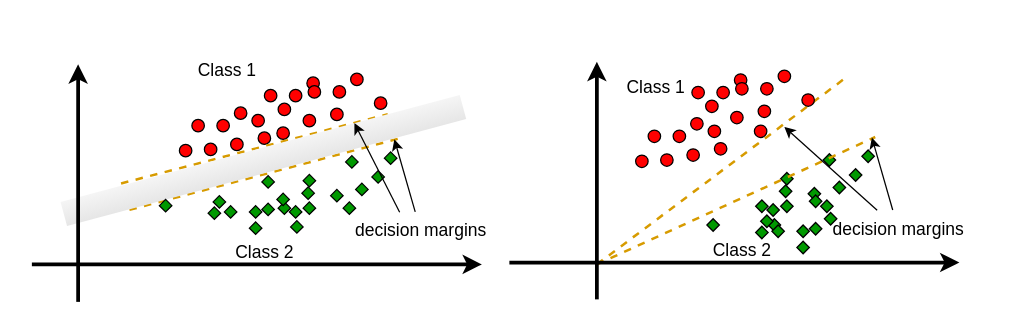
The draw.io diagram Margin.drawio in huyle84/diagrams, before the edit. Source tidied: cells renumbered, new cells numbered last; positions are measured from the earlier drawing's top-left corner, leaving out a move shared by most shapes. Both pictures are drawn from the tidied source at 125%, with x=0, y=0 at pixel (31, 51).
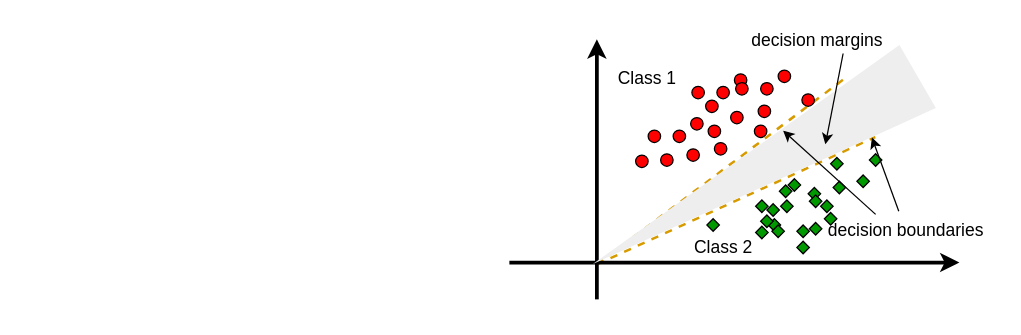
Above is the later version.

Change to the diagram source:
```diff
@@
-    <mxCell id="2" style="ellipse;whiteSpace=wrap;html=1;strokeColor=#000000;fillColor=#FF0000;" parent="1" vertex="1">
-      <mxGeometry x="186" y="30" width="10" height="10" as="geometry" />
-    </mxCell>
-    <mxCell id="3" style="ellipse;whiteSpace=wrap;html=1;strokeColor=#000000;fillColor=#FF0000;" parent="1" vertex="1">
-      <mxGeometry x="206" y="30" width="10" height="10" as="geometry" />
-    </mxCell>
-    <mxCell id="4" style="ellipse;whiteSpace=wrap;html=1;strokeColor=#000000;fillColor=#FF0000;" parent="1" vertex="1">
-      <mxGeometry x="220" y="20" width="10" height="10" as="geometry" />
-    </mxCell>
-    <mxCell id="5" style="ellipse;whiteSpace=wrap;html=1;strokeColor=#000000;fillColor=#FF0000;" parent="1" vertex="1">
-      <mxGeometry x="176" y="50" width="10" height="10" as="geometry" />
-    </mxCell>
-    <mxCell id="6" style="ellipse;whiteSpace=wrap;html=1;strokeColor=#000000;fillColor=#FF0000;" parent="1" vertex="1">
-      <mxGeometry x="239" y="45" width="10" height="10" as="geometry" />
-    </mxCell>
-    <mxCell id="7" style="ellipse;whiteSpace=wrap;html=1;strokeColor=#000000;fillColor=#FF0000;" parent="1" vertex="1">
-      <mxGeometry x="217" y="50" width="10" height="10" as="geometry" />
-    </mxCell>
-    <mxCell id="8" style="ellipse;whiteSpace=wrap;html=1;strokeColor=#000000;fillColor=#FF0000;" parent="1" vertex="1">
-      <mxGeometry x="196" y="60" width="10" height="10" as="geometry" />
-    </mxCell>
-    <mxCell id="9" style="rhombus;whiteSpace=wrap;html=1;fillColor=#009900;" parent="1" vertex="1">
-      <mxGeometry x="239" y="110" width="10" height="10" as="geometry" />
-    </mxCell>
-    <mxCell id="10" style="rhombus;whiteSpace=wrap;html=1;fillColor=#009900;" parent="1" vertex="1">
-      <mxGeometry x="249" y="120" width="10" height="10" as="geometry" />
-    </mxCell>
-    <mxCell id="11" style="rhombus;whiteSpace=wrap;html=1;fillColor=#009900;" parent="1" vertex="1">
-      <mxGeometry x="259" y="105" width="10" height="10" as="geometry" />
-    </mxCell>
-    <mxCell id="12" style="rhombus;whiteSpace=wrap;html=1;fillColor=#009900;" parent="1" vertex="1">
-      <mxGeometry x="251" y="83" width="10" height="10" as="geometry" />
-    </mxCell>
-    <mxCell id="13" style="ellipse;whiteSpace=wrap;html=1;strokeColor=#000000;fillColor=#FF0000;" parent="1" vertex="1">
-      <mxGeometry x="128" y="54" width="10" height="10" as="geometry" />
-    </mxCell>
-    <mxCell id="14" style="ellipse;whiteSpace=wrap;html=1;strokeColor=#000000;fillColor=#FF0000;" parent="1" vertex="1">
-      <mxGeometry x="148" y="54" width="10" height="10" as="geometry" />
-    </mxCell>
-    <mxCell id="15" style="ellipse;whiteSpace=wrap;html=1;strokeColor=#000000;fillColor=#FF0000;" parent="1" vertex="1">
-      <mxGeometry x="162" y="44" width="10" height="10" as="geometry" />
-    </mxCell>
-    <mxCell id="16" style="ellipse;whiteSpace=wrap;html=1;strokeColor=#000000;fillColor=#FF0000;" parent="1" vertex="1">
-      <mxGeometry x="118" y="74" width="10" height="10" as="geometry" />
-    </mxCell>
-    <mxCell id="17" style="ellipse;whiteSpace=wrap;html=1;strokeColor=#000000;fillColor=#FF0000;" parent="1" vertex="1">
-      <mxGeometry x="181" y="64" width="10" height="10" as="geometry" />
-    </mxCell>
-    <mxCell id="18" style="ellipse;whiteSpace=wrap;html=1;strokeColor=#000000;fillColor=#FF0000;" parent="1" vertex="1">
-      <mxGeometry x="159" y="69" width="10" height="10" as="geometry" />
-    </mxCell>
-    <mxCell id="19" style="ellipse;whiteSpace=wrap;html=1;strokeColor=#000000;fillColor=#FF0000;" parent="1" vertex="1">
-      <mxGeometry x="138" y="73" width="10" height="10" as="geometry" />
-    </mxCell>
-    <mxCell id="20" style="rhombus;whiteSpace=wrap;html=1;fillColor=#009900;" parent="1" vertex="1">
-      <mxGeometry x="197" y="120" width="10" height="10" as="geometry" />
-    </mxCell>
-    <mxCell id="21" style="rhombus;whiteSpace=wrap;html=1;fillColor=#009900;" parent="1" vertex="1">
-      <mxGeometry x="207" y="135" width="10" height="10" as="geometry" />
-    </mxCell>
-    <mxCell id="22" style="rhombus;whiteSpace=wrap;html=1;fillColor=#009900;" parent="1" vertex="1">
-      <mxGeometry x="217" y="120" width="10" height="10" as="geometry" />
-    </mxCell>
-    <mxCell id="23" style="rhombus;whiteSpace=wrap;html=1;fillColor=#009900;" parent="1" vertex="1">
-      <mxGeometry x="217" y="98" width="10" height="10" as="geometry" />
-    </mxCell>
-    <mxCell id="24" style="rhombus;whiteSpace=wrap;html=1;fillColor=#009900;" parent="1" vertex="1">
-      <mxGeometry x="145" y="115" width="10" height="10" as="geometry" />
-    </mxCell>
-    <mxCell id="25" style="rhombus;whiteSpace=wrap;html=1;fillColor=#009900;" parent="1" vertex="1">
-      <mxGeometry x="174" y="136" width="10" height="10" as="geometry" />
-    </mxCell>
-    <mxCell id="26" style="rhombus;whiteSpace=wrap;html=1;fillColor=#009900;" parent="1" vertex="1">
-      <mxGeometry x="184" y="121" width="10" height="10" as="geometry" />
-    </mxCell>
-    <mxCell id="27" style="rhombus;whiteSpace=wrap;html=1;fillColor=#009900;" parent="1" vertex="1">
-      <mxGeometry x="184" y="99" width="10" height="10" as="geometry" />
-    </mxCell>
-    <mxCell id="28" style="endArrow=none;dashed=1;html=1;rounded=0;strokeWidth=2;exitX=0.153;exitY=-0.087;exitDx=0;exitDy=0;entryX=1;entryY=0;entryDx=0;entryDy=0;exitPerimeter=0;fillColor=#ffcd28;gradientColor=#ffa500;strokeColor=#d79b00;" parent="1" edge="1" source="30">
-      <mxGeometry relative="1" as="geometry">
-        <mxPoint x="284.7" y="49.9" as="targetPoint" />
-      </mxGeometry>
-    </mxCell>
-    <mxCell id="29" style="endArrow=none;dashed=1;html=1;rounded=0;strokeWidth=2;exitX=0.156;exitY=1.022;exitDx=0;exitDy=0;exitPerimeter=0;entryX=1.011;entryY=1.108;entryDx=0;entryDy=0;entryPerimeter=0;fillColor=#ffcd28;gradientColor=#ffa500;strokeColor=#d79b00;" parent="1" edge="1" source="30">
-      <mxGeometry relative="1" as="geometry">
-        <mxPoint x="292.7" y="69.6" as="targetPoint" />
-      </mxGeometry>
-    </mxCell>
-    <mxCell id="30" style="rounded=0;whiteSpace=wrap;html=1;fillColor=#f5f5f5;gradientColor=#E6E6E6;strokeColor=none;rotation=-15;" parent="1" vertex="1">
-      <mxGeometry x="19.9" y="76.9" width="330.6" height="20" as="geometry" />
-    </mxCell>
-    <mxCell id="31" style="rhombus;whiteSpace=wrap;html=1;fillColor=#009900;" parent="1" vertex="1">
-      <mxGeometry x="272" y="95" width="10" height="10" as="geometry" />
-    </mxCell>
-    <mxCell id="32" style="rhombus;whiteSpace=wrap;html=1;fillColor=#009900;" parent="1" vertex="1">
-      <mxGeometry x="282" y="80" width="10" height="10" as="geometry" />
-    </mxCell>
-    <mxCell id="33" style="endArrow=classic;html=1;rounded=0;strokeWidth=3;" parent="1" edge="1">
-      <mxGeometry relative="1" as="geometry">
-        <mxPoint x="37" y="200" as="sourcePoint" />
-        <mxPoint x="37" y="10" as="targetPoint" />
-      </mxGeometry>
-    </mxCell>
-    <mxCell id="34" style="endArrow=classic;html=1;rounded=0;strokeWidth=3;" parent="1" edge="1">
-      <mxGeometry relative="1" as="geometry">
-        <mxPoint y="170" as="sourcePoint" />
-        <mxPoint x="360" y="170" as="targetPoint" />
-      </mxGeometry>
-    </mxCell>
-    <mxCell id="35" value="&lt;font style=&quot;font-size: 14px;&quot;&gt;Class 1&lt;/font&gt;" style="text;html=1;align=center;verticalAlign=middle;strokeColor=none;fillColor=none;" parent="1" vertex="1">
-      <mxGeometry x="121" width="70" height="30" as="geometry" />
-    </mxCell>
-    <mxCell id="36" value="&lt;font style=&quot;font-size: 14px;&quot;&gt;Class 2&lt;/font&gt;" style="text;html=1;align=center;verticalAlign=middle;strokeColor=none;fillColor=none;" parent="1" vertex="1">
-      <mxGeometry x="151" y="145" width="70" height="30" as="geometry" />
-    </mxCell>
-    <mxCell id="37" style="ellipse;whiteSpace=wrap;html=1;strokeColor=#000000;fillColor=#FF0000;" parent="1" vertex="1">
-      <mxGeometry x="221" y="27" width="10" height="10" as="geometry" />
-    </mxCell>
-    <mxCell id="38" style="ellipse;whiteSpace=wrap;html=1;strokeColor=#000000;fillColor=#FF0000;" parent="1" vertex="1">
-      <mxGeometry x="241" y="27" width="10" height="10" as="geometry" />
-    </mxCell>
-    <mxCell id="39" style="ellipse;whiteSpace=wrap;html=1;strokeColor=#000000;fillColor=#FF0000;" parent="1" vertex="1">
-      <mxGeometry x="255" y="17" width="10" height="10" as="geometry" />
-    </mxCell>
-    <mxCell id="40" style="ellipse;whiteSpace=wrap;html=1;strokeColor=#000000;fillColor=#FF0000;" parent="1" vertex="1">
-      <mxGeometry x="274" y="36" width="10" height="10" as="geometry" />
-    </mxCell>
-    <mxCell id="41" style="ellipse;whiteSpace=wrap;html=1;strokeColor=#000000;fillColor=#FF0000;" parent="1" vertex="1">
-      <mxGeometry x="197" y="41" width="10" height="10" as="geometry" />
-    </mxCell>
-    <mxCell id="42" style="rhombus;whiteSpace=wrap;html=1;fillColor=#009900;" parent="1" vertex="1">
-      <mxGeometry x="196" y="113" width="10" height="10" as="geometry" />
-    </mxCell>
-    <mxCell id="43" style="rhombus;whiteSpace=wrap;html=1;fillColor=#009900;" parent="1" vertex="1">
-      <mxGeometry x="206" y="123" width="10" height="10" as="geometry" />
-    </mxCell>
-    <mxCell id="44" style="rhombus;whiteSpace=wrap;html=1;fillColor=#009900;" parent="1" vertex="1">
-      <mxGeometry x="216" y="108" width="10" height="10" as="geometry" />
-    </mxCell>
-    <mxCell id="45" style="rhombus;whiteSpace=wrap;html=1;fillColor=#009900;" parent="1" vertex="1">
-      <mxGeometry x="154" y="123" width="10" height="10" as="geometry" />
-    </mxCell>
-    <mxCell id="46" style="rhombus;whiteSpace=wrap;html=1;fillColor=#009900;" parent="1" vertex="1">
-      <mxGeometry x="174" y="123" width="10" height="10" as="geometry" />
-    </mxCell>
-    <mxCell id="47" style="rhombus;whiteSpace=wrap;html=1;fillColor=#009900;" parent="1" vertex="1">
-      <mxGeometry x="102" y="118" width="10" height="10" as="geometry" />
-    </mxCell>
-    <mxCell id="48" style="rhombus;whiteSpace=wrap;html=1;fillColor=#009900;" parent="1" vertex="1">
-      <mxGeometry x="141" y="124" width="10" height="10" as="geometry" />
-    </mxCell>
-    <mxCell id="49" value="&lt;font style=&quot;font-size: 14px;&quot;&gt;decision margins&lt;/font&gt;" style="text;html=1;align=center;verticalAlign=middle;points=[];strokeColor=none;fillColor=none;" parent="1" vertex="1">
-      <mxGeometry x="246" y="128" width="130" height="30" as="geometry" />
-    </mxCell>
-    <mxCell id="50" style="endArrow=classic;html=1;rounded=0;exitX=0.371;exitY=0.009;exitDx=0;exitDy=0;exitPerimeter=0;" parent="1" edge="1" source="49">
-      <mxGeometry relative="1" as="geometry">
-        <mxPoint x="258" y="57" as="targetPoint" />
-      </mxGeometry>
-    </mxCell>
-    <mxCell id="51" style="endArrow=classic;html=1;rounded=0;" parent="1" edge="1" source="49">
-      <mxGeometry relative="1" as="geometry">
-        <mxPoint x="290" y="70" as="targetPoint" />
-      </mxGeometry>
-    </mxCell>
@@
     <mxCell id="62" style="rhombus;whiteSpace=wrap;html=1;fillColor=#009900;" parent="1" vertex="1">
-      <mxGeometry x="633" y="81.5" width="10" height="10" as="geometry" />
+      <mxGeometry x="639" y="84.5" width="10" height="10" as="geometry" />
     </mxCell>
@@
     <mxCell id="73" style="rhombus;whiteSpace=wrap;html=1;fillColor=#009900;" parent="1" vertex="1">
-      <mxGeometry x="599" y="96.5" width="10" height="10" as="geometry" />
+      <mxGeometry x="605" y="101.5" width="10" height="10" as="geometry" />
     </mxCell>
@@
     <mxCell id="80" style="rhombus;whiteSpace=wrap;html=1;fillColor=#009900;" parent="1" vertex="1">
-      <mxGeometry x="654" y="93.5" width="10" height="10" as="geometry" />
+      <mxGeometry x="660" y="98.5" width="10" height="10" as="geometry" />
     </mxCell>
     <mxCell id="81" style="rhombus;whiteSpace=wrap;html=1;fillColor=#009900;" parent="1" vertex="1">
-      <mxGeometry x="664" y="78.5" width="10" height="10" as="geometry" />
+      <mxGeometry x="670" y="81.5" width="10" height="10" as="geometry" />
     </mxCell>
@@
     <mxCell id="83" value="&lt;font style=&quot;font-size: 14px;&quot;&gt;Class 1&lt;/font&gt;" style="text;html=1;align=center;verticalAlign=middle;strokeColor=none;fillColor=none;" parent="1" vertex="1">
-      <mxGeometry x="464" y="12.5" width="70" height="30" as="geometry" />
+      <mxGeometry x="457" y="6" width="70" height="30" as="geometry" />
     </mxCell>
     <mxCell id="84" value="&lt;font style=&quot;font-size: 14px;&quot;&gt;Class 2&lt;/font&gt;" style="text;html=1;align=center;verticalAlign=middle;strokeColor=none;fillColor=none;" parent="1" vertex="1">
-      <mxGeometry x="533" y="143.5" width="70" height="30" as="geometry" />
+      <mxGeometry x="518" y="140.5" width="70" height="30" as="geometry" />
     </mxCell>
@@
-    <mxCell id="97" value="&lt;font style=&quot;font-size: 14px;&quot;&gt;decision margins&lt;/font&gt;" style="text;html=1;align=center;verticalAlign=middle;points=[];strokeColor=none;fillColor=none;" parent="1" vertex="1">
-      <mxGeometry x="628" y="126.5" width="130" height="30" as="geometry" />
+    <mxCell id="97" value="&lt;font style=&quot;font-size: 14px;&quot;&gt;decision boundaries&lt;/font&gt;" style="text;html=1;align=center;verticalAlign=middle;points=[];strokeColor=none;fillColor=none;" parent="1" vertex="1">
+      <mxGeometry x="624" y="127.5" width="150" height="30" as="geometry" />
     </mxCell>
-    <mxCell id="98" style="endArrow=classic;html=1;rounded=0;exitX=0.371;exitY=0.009;exitDx=0;exitDy=0;exitPerimeter=0;" parent="1" edge="1" source="97">
-      <mxGeometry relative="1" as="geometry">
-        <mxPoint x="602" y="60" as="targetPoint" />
-      </mxGeometry>
-    </mxCell>
@@
     <mxCell id="100" style="endArrow=classic;html=1;rounded=0;strokeWidth=3;" parent="1" edge="1">
       <mxGeometry relative="1" as="geometry">
         <mxPoint x="452" y="198" as="sourcePoint" />
-        <mxPoint x="452" y="8" as="targetPoint" />
+        <mxPoint x="452" y="-10" as="targetPoint" />
       </mxGeometry>
     </mxCell>
+    <mxCell id="101" style="triangle;whiteSpace=wrap;html=1;fillColor=#eeeeee;strokeColor=none;rotation=-210;" parent="1" vertex="1">
+      <mxGeometry x="428.7" y="65.6" width="300" height="58.3" as="geometry" />
+    </mxCell>
+    <mxCell id="102" style="endArrow=classic;html=1;rounded=0;exitX=0.371;exitY=0.009;exitDx=0;exitDy=0;exitPerimeter=0;" parent="1" edge="1">
+      <mxGeometry relative="1" as="geometry">
+        <mxPoint x="675" y="130" as="sourcePoint" />
+        <mxPoint x="601" y="63" as="targetPoint" />
+      </mxGeometry>
+    </mxCell>
+    <mxCell id="49" value="&lt;font style=&quot;font-size: 14px;&quot;&gt;decision margins&lt;/font&gt;" style="text;html=1;align=center;verticalAlign=middle;points=[];strokeColor=none;fillColor=none;" parent="1" vertex="1">
+      <mxGeometry x="563" y="-24" width="130" height="30" as="geometry" />
+    </mxCell>
+    <mxCell id="103" style="endArrow=classic;html=1;rounded=0;" parent="1" edge="1">
+      <mxGeometry relative="1" as="geometry">
+        <mxPoint x="649" y="1.3" as="sourcePoint" />
+        <mxPoint x="634.8" y="74" as="targetPoint" />
+      </mxGeometry>
+    </mxCell>
```
